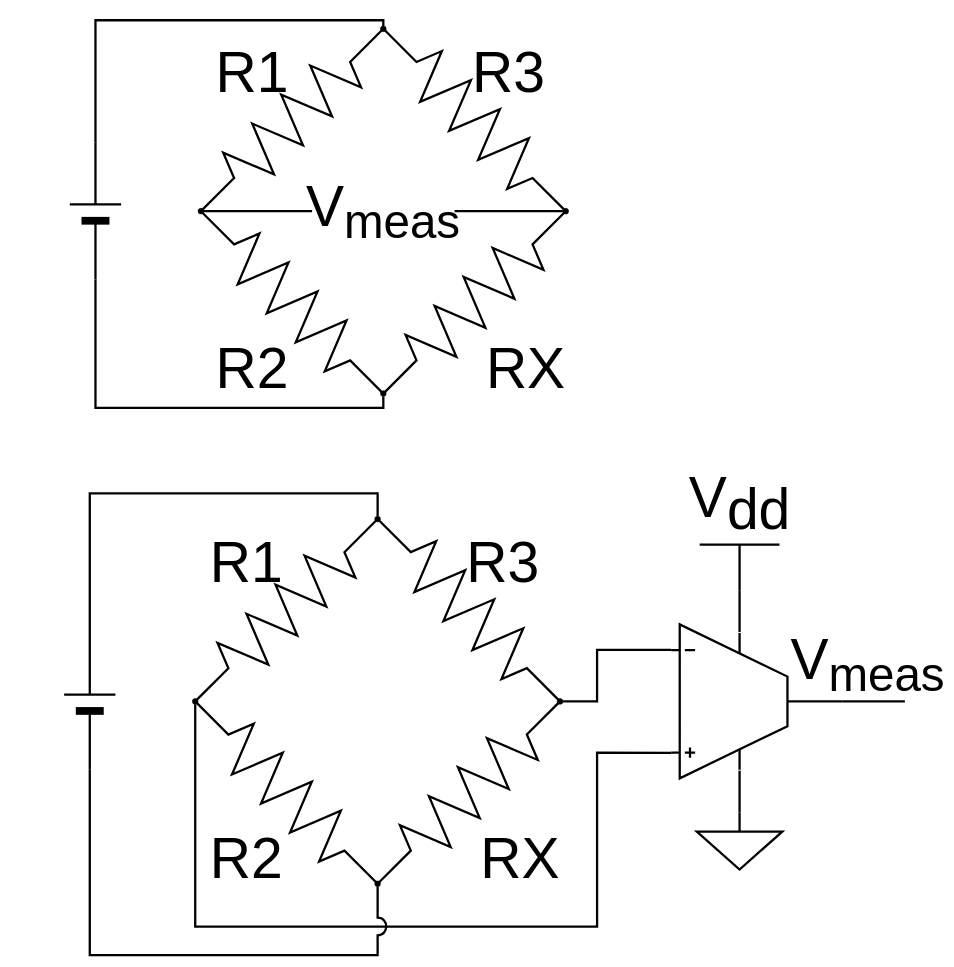
This is drawings/appendices/wheatstone_bridge/wheatstone_bridge.drawio from Legohead259/Thetis-Writing, a draw.io file, before an edit. Source tidied: cells renumbered, new cells numbered last; positions are measured from the earlier drawing's top-left corner, leaving out a move shared by most shapes. Both pictures are drawn from the tidied source at 57%, with x=0, y=0 at pixel (21, -9).
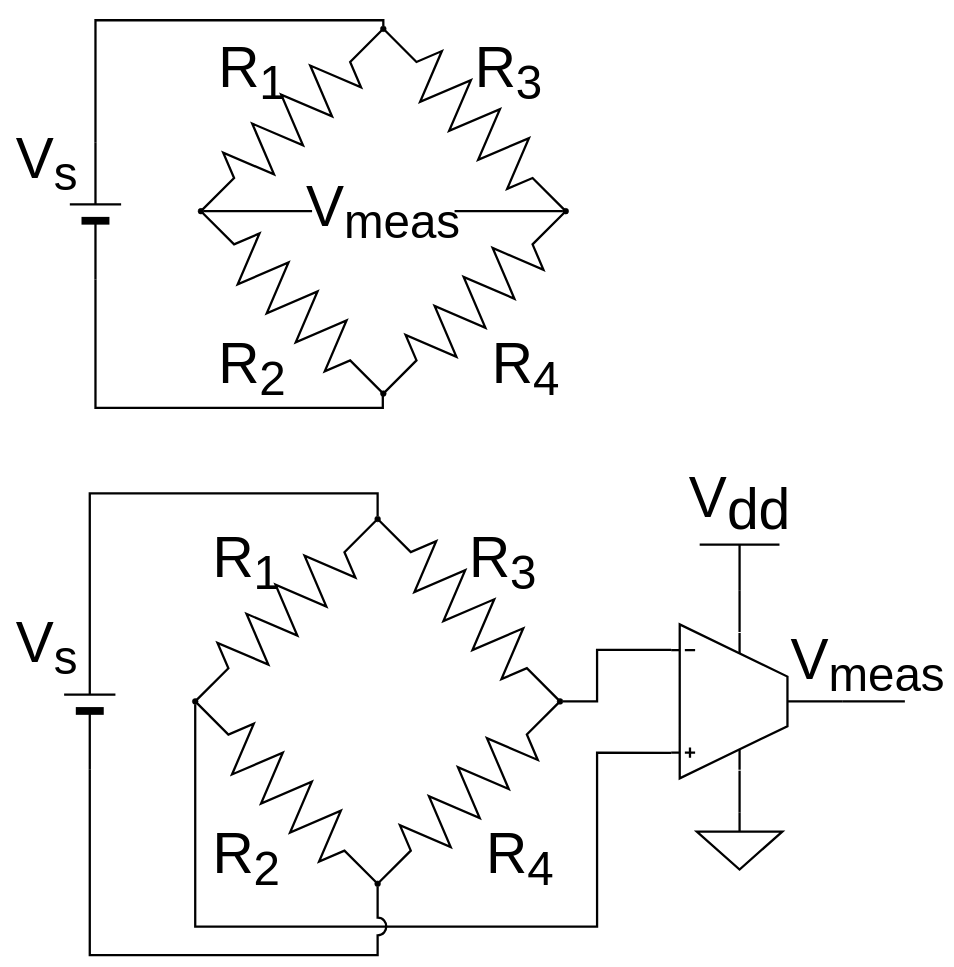
The same page after the edit.

Commit message (it also covers changes not shown here):
Edited wheatstone bridge

The change refers to these unchanged cells:
```xml
<mxCell id="27" style="verticalLabelPosition=bottom;shadow=0;dashed=0;align=center;html=1;verticalAlign=top;shape=mxgraph.electrical.resistors.resistor_2;strokeWidth=4;direction=south;rotation=-45;" parent="1" vertex="1">
  <mxGeometry x="430" y="320" width="90" height="450" as="geometry" />
</mxCell>
<mxCell id="32" style="ellipse;whiteSpace=wrap;html=1;fillColor=#000000;" parent="1" vertex="1">
  <mxGeometry x="630" y="700" width="10" height="10" as="geometry" />
</mxCell>
<mxCell id="35" style="verticalLabelPosition=bottom;shadow=0;dashed=0;align=center;fillColor=strokeColor;html=1;verticalAlign=top;strokeWidth=4;shape=mxgraph.electrical.miscellaneous.monocell_battery;rotation=-90;" parent="1" vertex="1">
  <mxGeometry x="10" y="340" width="240" height="90" as="geometry" />
</mxCell>
```

Diff of the diagram source:
```diff
@@
-    <mxCell id="21" value="&lt;font face=&quot;cmu sans serif&quot;&gt;&lt;span style=&quot;font-size: 100px;&quot;&gt;R3&lt;/span&gt;&lt;/font&gt;" style="text;html=1;strokeColor=none;fillColor=none;align=center;verticalAlign=middle;whiteSpace=wrap;rounded=0;" parent="1" vertex="1">
+    <mxCell id="21" value="&lt;font face=&quot;cmu sans serif&quot;&gt;&lt;span style=&quot;font-size: 100px;&quot;&gt;R&lt;sub&gt;3&lt;/sub&gt;&lt;/span&gt;&lt;/font&gt;" style="text;html=1;strokeColor=none;fillColor=none;align=center;verticalAlign=middle;whiteSpace=wrap;rounded=0;" parent="1" vertex="1">
       <mxGeometry x="780" y="940" width="130" height="120" as="geometry" />
     </mxCell>
-    <mxCell id="22" value="&lt;font face=&quot;cmu sans serif&quot;&gt;&lt;span style=&quot;font-size: 100px;&quot;&gt;RX&lt;/span&gt;&lt;/font&gt;" style="text;html=1;strokeColor=none;fillColor=none;align=center;verticalAlign=middle;whiteSpace=wrap;rounded=0;" parent="1" vertex="1">
+    <mxCell id="22" value="&lt;font face=&quot;cmu sans serif&quot;&gt;&lt;span style=&quot;font-size: 100px;&quot;&gt;R&lt;sub&gt;4&lt;/sub&gt;&lt;/span&gt;&lt;/font&gt;" style="text;html=1;strokeColor=none;fillColor=none;align=center;verticalAlign=middle;whiteSpace=wrap;rounded=0;" parent="1" vertex="1">
       <mxGeometry x="810" y="1460" width="130" height="120" as="geometry" />
     </mxCell>
-    <mxCell id="23" value="&lt;font face=&quot;cmu sans serif&quot;&gt;&lt;span style=&quot;font-size: 100px;&quot;&gt;R2&lt;/span&gt;&lt;/font&gt;" style="text;html=1;strokeColor=none;fillColor=none;align=center;verticalAlign=middle;whiteSpace=wrap;rounded=0;" parent="1" vertex="1">
+    <mxCell id="23" value="&lt;font face=&quot;cmu sans serif&quot;&gt;&lt;span style=&quot;font-size: 100px;&quot;&gt;R&lt;sub&gt;2&lt;/sub&gt;&lt;/span&gt;&lt;/font&gt;" style="text;html=1;strokeColor=none;fillColor=none;align=center;verticalAlign=middle;whiteSpace=wrap;rounded=0;" parent="1" vertex="1">
       <mxGeometry x="330" y="1460" width="130" height="120" as="geometry" />
     </mxCell>
-    <mxCell id="24" value="&lt;font face=&quot;cmu sans serif&quot;&gt;&lt;span style=&quot;font-size: 100px;&quot;&gt;R1&lt;/span&gt;&lt;/font&gt;" style="text;html=1;strokeColor=none;fillColor=none;align=center;verticalAlign=middle;whiteSpace=wrap;rounded=0;" parent="1" vertex="1">
+    <mxCell id="24" value="&lt;font face=&quot;cmu sans serif&quot;&gt;&lt;span style=&quot;font-size: 100px;&quot;&gt;R&lt;sub&gt;1&lt;/sub&gt;&lt;/span&gt;&lt;/font&gt;" style="text;html=1;strokeColor=none;fillColor=none;align=center;verticalAlign=middle;whiteSpace=wrap;rounded=0;" parent="1" vertex="1">
       <mxGeometry x="330" y="940" width="130" height="120" as="geometry" />
     </mxCell>
@@
-    <mxCell id="36" style="endArrow=none;html=1;rounded=0;exitX=0;exitY=0.5;exitDx=0;exitDy=0;entryX=0.5;entryY=1;entryDx=0;entryDy=0;strokeWidth=4;exitPerimeter=0;edgeStyle=orthogonalEdgeStyle;jumpStyle=arc;jumpSize=25;" parent="1" edge="1" source="35" target="32">
+    <mxCell id="36" style="endArrow=none;html=1;rounded=0;exitX=0;exitY=0.5;exitDx=0;exitDy=0;entryX=1;entryY=0.5;entryDx=0;entryDy=0;strokeWidth=4;exitPerimeter=0;edgeStyle=orthogonalEdgeStyle;jumpStyle=arc;jumpSize=25;entryPerimeter=0;" parent="1" edge="1" source="35" target="27">
       <mxGeometry relative="1" as="geometry">
         <Array as="points">
           <mxPoint x="130" y="730" />
-          <mxPoint x="635" y="730" />
+          <mxPoint x="634" y="730" />
         </Array>
       </mxGeometry>
     </mxCell>
@@
-    <mxCell id="38" value="&lt;font face=&quot;cmu sans serif&quot;&gt;&lt;span style=&quot;font-size: 100px;&quot;&gt;R3&lt;/span&gt;&lt;/font&gt;" style="text;html=1;strokeColor=none;fillColor=none;align=center;verticalAlign=middle;whiteSpace=wrap;rounded=0;" parent="1" vertex="1">
+    <mxCell id="38" value="&lt;font face=&quot;cmu sans serif&quot;&gt;&lt;span style=&quot;font-size: 100px;&quot;&gt;R&lt;sub&gt;3&lt;/sub&gt;&lt;/span&gt;&lt;/font&gt;" style="text;html=1;strokeColor=none;fillColor=none;align=center;verticalAlign=middle;whiteSpace=wrap;rounded=0;" parent="1" vertex="1">
       <mxGeometry x="790" y="80" width="130" height="120" as="geometry" />
     </mxCell>
-    <mxCell id="39" value="&lt;font face=&quot;cmu sans serif&quot;&gt;&lt;span style=&quot;font-size: 100px;&quot;&gt;RX&lt;/span&gt;&lt;/font&gt;" style="text;html=1;strokeColor=none;fillColor=none;align=center;verticalAlign=middle;whiteSpace=wrap;rounded=0;" parent="1" vertex="1">
+    <mxCell id="39" value="&lt;font face=&quot;cmu sans serif&quot;&gt;&lt;span style=&quot;font-size: 100px;&quot;&gt;R&lt;sub&gt;4&lt;/sub&gt;&lt;/span&gt;&lt;/font&gt;" style="text;html=1;strokeColor=none;fillColor=none;align=center;verticalAlign=middle;whiteSpace=wrap;rounded=0;" parent="1" vertex="1">
       <mxGeometry x="820" y="600" width="130" height="120" as="geometry" />
     </mxCell>
-    <mxCell id="40" value="&lt;font face=&quot;cmu sans serif&quot;&gt;&lt;span style=&quot;font-size: 100px;&quot;&gt;R2&lt;/span&gt;&lt;/font&gt;" style="text;html=1;strokeColor=none;fillColor=none;align=center;verticalAlign=middle;whiteSpace=wrap;rounded=0;" parent="1" vertex="1">
+    <mxCell id="40" value="&lt;font face=&quot;cmu sans serif&quot;&gt;&lt;span style=&quot;font-size: 100px;&quot;&gt;R&lt;sub&gt;2&lt;/sub&gt;&lt;/span&gt;&lt;/font&gt;" style="text;html=1;strokeColor=none;fillColor=none;align=center;verticalAlign=middle;whiteSpace=wrap;rounded=0;" parent="1" vertex="1">
       <mxGeometry x="340" y="600" width="130" height="120" as="geometry" />
     </mxCell>
-    <mxCell id="41" value="&lt;font face=&quot;cmu sans serif&quot;&gt;&lt;span style=&quot;font-size: 100px;&quot;&gt;R1&lt;/span&gt;&lt;/font&gt;" style="text;html=1;strokeColor=none;fillColor=none;align=center;verticalAlign=middle;whiteSpace=wrap;rounded=0;" parent="1" vertex="1">
+    <mxCell id="41" value="&lt;font face=&quot;cmu sans serif&quot;&gt;&lt;span style=&quot;font-size: 100px;&quot;&gt;R&lt;sub&gt;1&lt;/sub&gt;&lt;/span&gt;&lt;/font&gt;" style="text;html=1;strokeColor=none;fillColor=none;align=center;verticalAlign=middle;whiteSpace=wrap;rounded=0;" parent="1" vertex="1">
       <mxGeometry x="340" y="80" width="130" height="120" as="geometry" />
     </mxCell>
@@
+    <mxCell id="44" value="&lt;font face=&quot;cmu sans serif&quot;&gt;&lt;span style=&quot;font-size: 100px;&quot;&gt;V&lt;sub&gt;s&lt;/sub&gt;&lt;/span&gt;&lt;/font&gt;" style="text;html=1;strokeColor=none;fillColor=none;align=center;verticalAlign=middle;whiteSpace=wrap;rounded=0;" parent="1" vertex="1">
+      <mxGeometry x="-20" y="240" width="130" height="120" as="geometry" />
+    </mxCell>
+    <mxCell id="45" value="&lt;font face=&quot;cmu sans serif&quot;&gt;&lt;span style=&quot;font-size: 100px;&quot;&gt;V&lt;sub&gt;s&lt;/sub&gt;&lt;/span&gt;&lt;/font&gt;" style="text;html=1;strokeColor=none;fillColor=none;align=center;verticalAlign=middle;whiteSpace=wrap;rounded=0;" parent="1" vertex="1">
+      <mxGeometry x="-20" y="1090" width="130" height="120" as="geometry" />
+    </mxCell>
```
